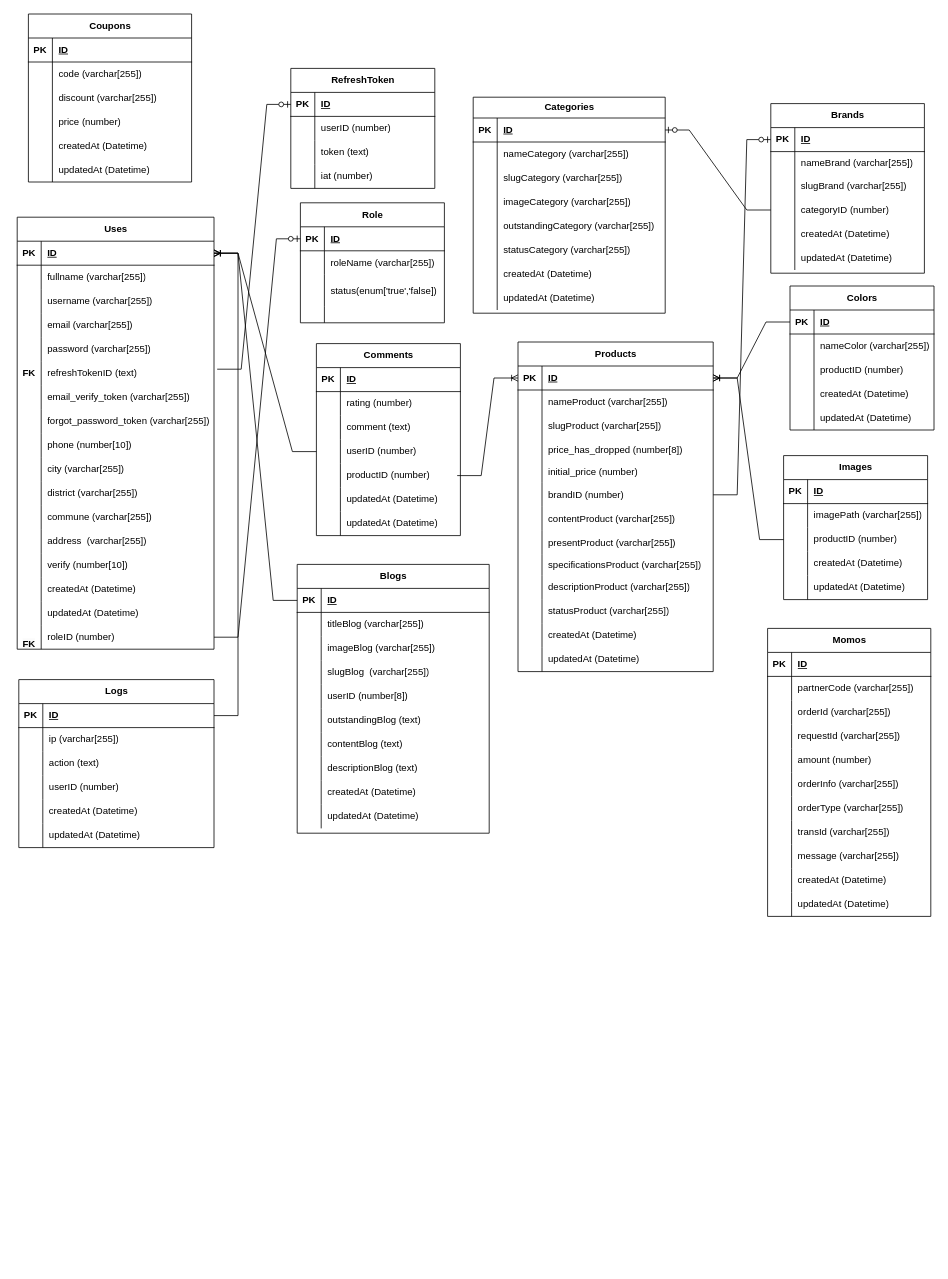
This is src/doan.drawio from QuocHuy03/HoangHaPC, a draw.io file, before an edit. Source tidied: cells renumbered, new cells numbered last; positions are measured from the earlier drawing's top-left corner, leaving out a move shared by most shapes. Both pictures are drawn from the tidied source at 80%, with x=0, y=0 at pixel (17, 14).
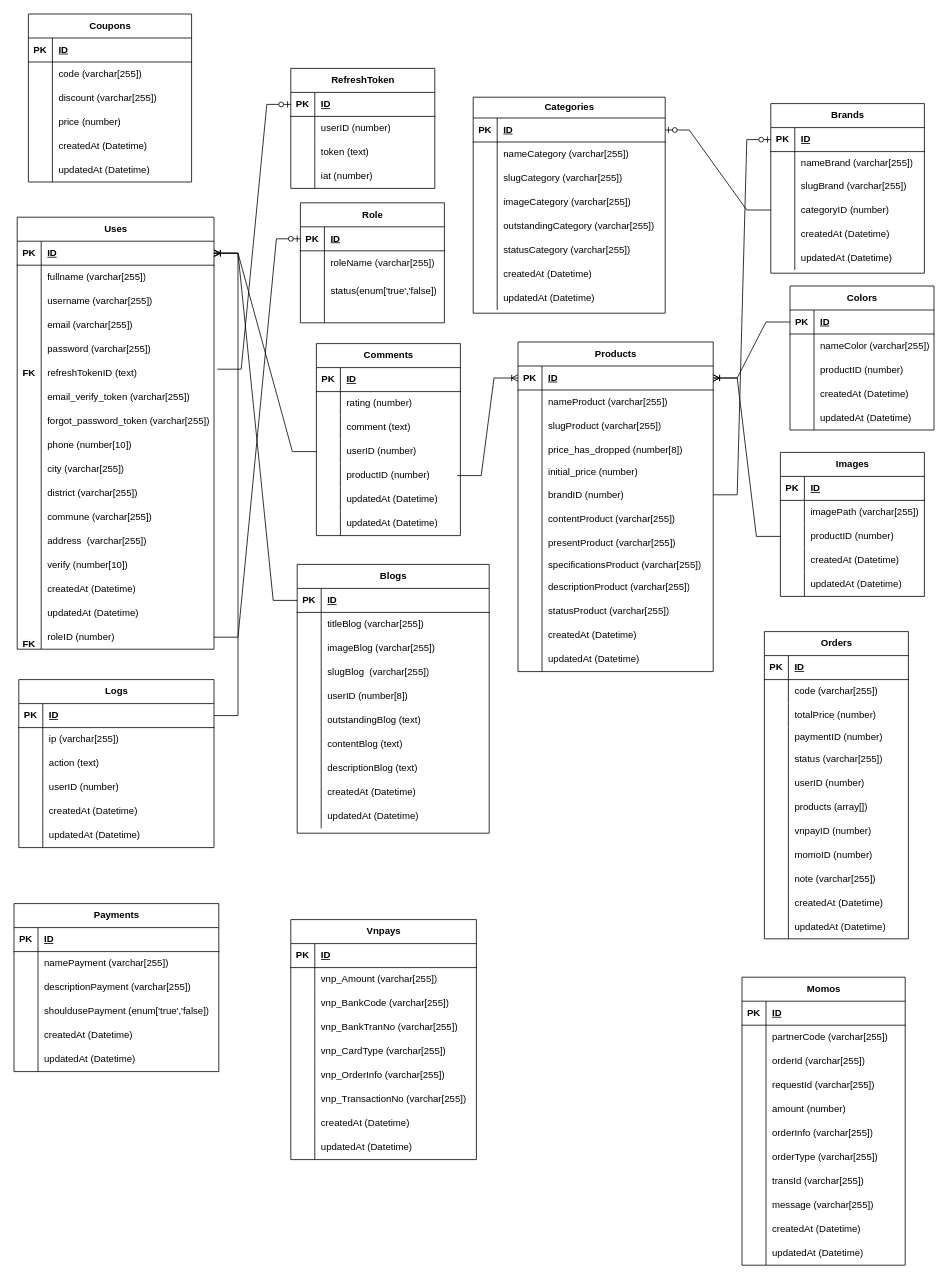
The same diagram, later.

Commit message (it also covers changes not shown here):
Cập nhật doan.drawio

Diff of the diagram source:
```diff
@@
     <mxCell id="168" value="Images" style="shape=table;startSize=30;childLayout=tableLayout;rowLines=0;fontStyle=1;align=center;html=1;" parent="1" vertex="1">
-      <mxGeometry x="958" y="552" width="180" height="180" as="geometry" />
+      <mxGeometry x="954" y="548" width="180" height="180" as="geometry" />
     </mxCell>
@@
     <mxCell id="297" value="Momos" style="shape=table;startSize=30;childLayout=tableLayout;rowLines=0;fontStyle=1;align=center;html=1;" parent="1" vertex="1">
-      <mxGeometry x="938" y="768" width="204" height="360" as="geometry" />
+      <mxGeometry x="906" y="1204" width="204" height="360" as="geometry" />
     </mxCell>
@@
+    <mxCell id="331" value="Vnpays" style="shape=table;startSize=30;childLayout=tableLayout;rowLines=0;fontStyle=1;align=center;html=1;" parent="1" vertex="1">
+      <mxGeometry x="342" y="1132" width="232" height="300" as="geometry" />
+    </mxCell>
+    <mxCell id="332" style="shape=tableRow;horizontal=0;startSize=0;swimlaneHead=0;swimlaneBody=0;fillColor=none;top=0;left=0;right=0;bottom=1;" parent="331" vertex="1">
+      <mxGeometry y="30" width="232" height="30" as="geometry" />
+    </mxCell>
+    <mxCell id="333" value="PK" style="shape=partialRectangle;fillColor=none;top=0;left=0;bottom=0;right=0;fontStyle=1;overflow=hidden;whiteSpace=wrap;html=1;" parent="332" vertex="1">
+      <mxGeometry width="30" height="30" as="geometry" />
+    </mxCell>
+    <mxCell id="334" value="ID" style="shape=partialRectangle;fillColor=none;top=0;left=0;bottom=0;right=0;align=left;spacingLeft=6;fontStyle=5;overflow=hidden;whiteSpace=wrap;html=1;" parent="332" vertex="1">
+      <mxGeometry x="30" width="202" height="30" as="geometry" />
+    </mxCell>
+    <mxCell id="335" style="shape=tableRow;horizontal=0;startSize=0;swimlaneHead=0;swimlaneBody=0;fillColor=none;top=0;left=0;right=0;bottom=0;" parent="331" vertex="1">
+      <mxGeometry y="60" width="232" height="30" as="geometry" />
+    </mxCell>
+    <mxCell id="336" style="shape=partialRectangle;fillColor=none;top=0;left=0;bottom=0;right=0;overflow=hidden;whiteSpace=wrap;html=1;" parent="335" vertex="1">
+      <mxGeometry width="30" height="30" as="geometry" />
+    </mxCell>
+    <mxCell id="337" value="vnp_Amount (varchar[255])" style="shape=partialRectangle;fillColor=none;top=0;left=0;bottom=0;right=0;align=left;spacingLeft=6;overflow=hidden;whiteSpace=wrap;html=1;" parent="335" vertex="1">
+      <mxGeometry x="30" width="202" height="30" as="geometry" />
+    </mxCell>
+    <mxCell id="338" style="shape=tableRow;horizontal=0;startSize=0;swimlaneHead=0;swimlaneBody=0;fillColor=none;top=0;left=0;right=0;bottom=0;" parent="331" vertex="1">
+      <mxGeometry y="90" width="232" height="30" as="geometry" />
+    </mxCell>
+    <mxCell id="339" style="shape=partialRectangle;fillColor=none;top=0;left=0;bottom=0;right=0;overflow=hidden;whiteSpace=wrap;html=1;" parent="338" vertex="1">
+      <mxGeometry width="30" height="30" as="geometry" />
+    </mxCell>
+    <mxCell id="340" value="vnp_BankCode (varchar[255])" style="shape=partialRectangle;fillColor=none;top=0;left=0;bottom=0;right=0;align=left;spacingLeft=6;overflow=hidden;whiteSpace=wrap;html=1;" parent="338" vertex="1">
+      <mxGeometry x="30" width="202" height="30" as="geometry" />
+    </mxCell>
+    <mxCell id="341" style="shape=tableRow;horizontal=0;startSize=0;swimlaneHead=0;swimlaneBody=0;fillColor=none;top=0;left=0;right=0;bottom=0;" parent="331" vertex="1">
+      <mxGeometry y="120" width="232" height="30" as="geometry" />
+    </mxCell>
+    <mxCell id="342" style="shape=partialRectangle;fillColor=none;top=0;left=0;bottom=0;right=0;overflow=hidden;whiteSpace=wrap;html=1;" parent="341" vertex="1">
+      <mxGeometry width="30" height="30" as="geometry" />
+    </mxCell>
+    <mxCell id="343" value="vnp_BankTranNo (varchar[255])" style="shape=partialRectangle;fillColor=none;top=0;left=0;bottom=0;right=0;align=left;spacingLeft=6;overflow=hidden;whiteSpace=wrap;html=1;" parent="341" vertex="1">
+      <mxGeometry x="30" width="202" height="30" as="geometry" />
+    </mxCell>
+    <mxCell id="344" style="shape=tableRow;horizontal=0;startSize=0;swimlaneHead=0;swimlaneBody=0;fillColor=none;top=0;left=0;right=0;bottom=0;" parent="331" vertex="1">
+      <mxGeometry y="150" width="232" height="30" as="geometry" />
+    </mxCell>
+    <mxCell id="345" style="shape=partialRectangle;fillColor=none;top=0;left=0;bottom=0;right=0;overflow=hidden;whiteSpace=wrap;html=1;" parent="344" vertex="1">
+      <mxGeometry width="30" height="30" as="geometry" />
+    </mxCell>
+    <mxCell id="346" value="vnp_CardType (varchar[255])" style="shape=partialRectangle;fillColor=none;top=0;left=0;bottom=0;right=0;align=left;spacingLeft=6;overflow=hidden;whiteSpace=wrap;html=1;" parent="344" vertex="1">
+      <mxGeometry x="30" width="202" height="30" as="geometry" />
+    </mxCell>
+    <mxCell id="347" style="shape=tableRow;horizontal=0;startSize=0;swimlaneHead=0;swimlaneBody=0;fillColor=none;top=0;left=0;right=0;bottom=0;" parent="331" vertex="1">
+      <mxGeometry y="180" width="232" height="30" as="geometry" />
+    </mxCell>
+    <mxCell id="348" style="shape=partialRectangle;fillColor=none;top=0;left=0;bottom=0;right=0;overflow=hidden;whiteSpace=wrap;html=1;" parent="347" vertex="1">
+      <mxGeometry width="30" height="30" as="geometry" />
+    </mxCell>
+    <mxCell id="349" value="vnp_OrderInfo (varchar[255])" style="shape=partialRectangle;fillColor=none;top=0;left=0;bottom=0;right=0;align=left;spacingLeft=6;overflow=hidden;whiteSpace=wrap;html=1;" parent="347" vertex="1">
+      <mxGeometry x="30" width="202" height="30" as="geometry" />
+    </mxCell>
+    <mxCell id="350" style="shape=tableRow;horizontal=0;startSize=0;swimlaneHead=0;swimlaneBody=0;fillColor=none;top=0;left=0;right=0;bottom=0;" parent="331" vertex="1">
+      <mxGeometry y="210" width="232" height="30" as="geometry" />
+    </mxCell>
+    <mxCell id="351" style="shape=partialRectangle;fillColor=none;top=0;left=0;bottom=0;right=0;overflow=hidden;whiteSpace=wrap;html=1;" parent="350" vertex="1">
+      <mxGeometry width="30" height="30" as="geometry" />
+    </mxCell>
+    <mxCell id="352" value="vnp_TransactionNo (varchar[255])" style="shape=partialRectangle;fillColor=none;top=0;left=0;bottom=0;right=0;align=left;spacingLeft=6;overflow=hidden;whiteSpace=wrap;html=1;" parent="350" vertex="1">
+      <mxGeometry x="30" width="202" height="30" as="geometry" />
+    </mxCell>
+    <mxCell id="353" style="shape=tableRow;horizontal=0;startSize=0;swimlaneHead=0;swimlaneBody=0;fillColor=none;top=0;left=0;right=0;bottom=0;" parent="331" vertex="1">
+      <mxGeometry y="240" width="232" height="30" as="geometry" />
+    </mxCell>
+    <mxCell id="354" style="shape=partialRectangle;fillColor=none;top=0;left=0;bottom=0;right=0;overflow=hidden;whiteSpace=wrap;html=1;" parent="353" vertex="1">
+      <mxGeometry width="30" height="30" as="geometry" />
+    </mxCell>
+    <mxCell id="355" value="createdAt (Datetime)" style="shape=partialRectangle;fillColor=none;top=0;left=0;bottom=0;right=0;align=left;spacingLeft=6;overflow=hidden;whiteSpace=wrap;html=1;" parent="353" vertex="1">
+      <mxGeometry x="30" width="202" height="30" as="geometry" />
+    </mxCell>
+    <mxCell id="356" style="shape=tableRow;horizontal=0;startSize=0;swimlaneHead=0;swimlaneBody=0;fillColor=none;top=0;left=0;right=0;bottom=0;" parent="331" vertex="1">
+      <mxGeometry y="270" width="232" height="30" as="geometry" />
+    </mxCell>
+    <mxCell id="357" style="shape=partialRectangle;fillColor=none;top=0;left=0;bottom=0;right=0;overflow=hidden;whiteSpace=wrap;html=1;" parent="356" vertex="1">
+      <mxGeometry width="30" height="30" as="geometry" />
+    </mxCell>
+    <mxCell id="358" value="updatedAt (Datetime)" style="shape=partialRectangle;fillColor=none;top=0;left=0;bottom=0;right=0;align=left;spacingLeft=6;overflow=hidden;whiteSpace=wrap;html=1;" parent="356" vertex="1">
+      <mxGeometry x="30" width="202" height="30" as="geometry" />
+    </mxCell>
+    <mxCell id="359" value="Payments" style="shape=table;startSize=30;childLayout=tableLayout;rowLines=0;fontStyle=1;align=center;html=1;" parent="1" vertex="1">
+      <mxGeometry x="-4" y="1112" width="256" height="210" as="geometry" />
+    </mxCell>
+    <mxCell id="360" style="shape=tableRow;horizontal=0;startSize=0;swimlaneHead=0;swimlaneBody=0;fillColor=none;top=0;left=0;right=0;bottom=1;" parent="359" vertex="1">
+      <mxGeometry y="30" width="256" height="30" as="geometry" />
+    </mxCell>
+    <mxCell id="361" value="PK" style="shape=partialRectangle;fillColor=none;top=0;left=0;bottom=0;right=0;fontStyle=1;overflow=hidden;whiteSpace=wrap;html=1;" parent="360" vertex="1">
+      <mxGeometry width="30" height="30" as="geometry" />
+    </mxCell>
+    <mxCell id="362" value="ID" style="shape=partialRectangle;fillColor=none;top=0;left=0;bottom=0;right=0;align=left;spacingLeft=6;fontStyle=5;overflow=hidden;whiteSpace=wrap;html=1;" parent="360" vertex="1">
+      <mxGeometry x="30" width="226" height="30" as="geometry" />
+    </mxCell>
+    <mxCell id="363" style="shape=tableRow;horizontal=0;startSize=0;swimlaneHead=0;swimlaneBody=0;fillColor=none;top=0;left=0;right=0;bottom=0;" parent="359" vertex="1">
+      <mxGeometry y="60" width="256" height="30" as="geometry" />
+    </mxCell>
+    <mxCell id="364" style="shape=partialRectangle;fillColor=none;top=0;left=0;bottom=0;right=0;overflow=hidden;whiteSpace=wrap;html=1;" parent="363" vertex="1">
+      <mxGeometry width="30" height="30" as="geometry" />
+    </mxCell>
+    <mxCell id="365" value="namePayment (varchar[255])" style="shape=partialRectangle;fillColor=none;top=0;left=0;bottom=0;right=0;align=left;spacingLeft=6;overflow=hidden;whiteSpace=wrap;html=1;" parent="363" vertex="1">
+      <mxGeometry x="30" width="226" height="30" as="geometry" />
+    </mxCell>
+    <mxCell id="366" style="shape=tableRow;horizontal=0;startSize=0;swimlaneHead=0;swimlaneBody=0;fillColor=none;top=0;left=0;right=0;bottom=0;" parent="359" vertex="1">
+      <mxGeometry y="90" width="256" height="30" as="geometry" />
+    </mxCell>
+    <mxCell id="367" style="shape=partialRectangle;fillColor=none;top=0;left=0;bottom=0;right=0;overflow=hidden;whiteSpace=wrap;html=1;" parent="366" vertex="1">
+      <mxGeometry width="30" height="30" as="geometry" />
+    </mxCell>
+    <mxCell id="368" value="descriptionPayment (varchar[255])" style="shape=partialRectangle;fillColor=none;top=0;left=0;bottom=0;right=0;align=left;spacingLeft=6;overflow=hidden;whiteSpace=wrap;html=1;" parent="366" vertex="1">
+      <mxGeometry x="30" width="226" height="30" as="geometry" />
+    </mxCell>
+    <mxCell id="369" style="shape=tableRow;horizontal=0;startSize=0;swimlaneHead=0;swimlaneBody=0;fillColor=none;top=0;left=0;right=0;bottom=0;" parent="359" vertex="1">
+      <mxGeometry y="120" width="256" height="30" as="geometry" />
+    </mxCell>
+    <mxCell id="370" style="shape=partialRectangle;fillColor=none;top=0;left=0;bottom=0;right=0;overflow=hidden;whiteSpace=wrap;html=1;" parent="369" vertex="1">
+      <mxGeometry width="30" height="30" as="geometry" />
+    </mxCell>
+    <mxCell id="371" value="shouldusePayment (enum['true','false])" style="shape=partialRectangle;fillColor=none;top=0;left=0;bottom=0;right=0;align=left;spacingLeft=6;overflow=hidden;whiteSpace=wrap;html=1;" parent="369" vertex="1">
+      <mxGeometry x="30" width="226" height="30" as="geometry" />
+    </mxCell>
+    <mxCell id="372" style="shape=tableRow;horizontal=0;startSize=0;swimlaneHead=0;swimlaneBody=0;fillColor=none;top=0;left=0;right=0;bottom=0;" parent="359" vertex="1">
+      <mxGeometry y="150" width="256" height="30" as="geometry" />
+    </mxCell>
+    <mxCell id="373" style="shape=partialRectangle;fillColor=none;top=0;left=0;bottom=0;right=0;overflow=hidden;whiteSpace=wrap;html=1;" parent="372" vertex="1">
+      <mxGeometry width="30" height="30" as="geometry" />
+    </mxCell>
+    <mxCell id="374" value="createdAt (Datetime)" style="shape=partialRectangle;fillColor=none;top=0;left=0;bottom=0;right=0;align=left;spacingLeft=6;overflow=hidden;whiteSpace=wrap;html=1;" parent="372" vertex="1">
+      <mxGeometry x="30" width="226" height="30" as="geometry" />
+    </mxCell>
+    <mxCell id="375" style="shape=tableRow;horizontal=0;startSize=0;swimlaneHead=0;swimlaneBody=0;fillColor=none;top=0;left=0;right=0;bottom=0;" parent="359" vertex="1">
+      <mxGeometry y="180" width="256" height="30" as="geometry" />
+    </mxCell>
+    <mxCell id="376" style="shape=partialRectangle;fillColor=none;top=0;left=0;bottom=0;right=0;overflow=hidden;whiteSpace=wrap;html=1;" parent="375" vertex="1">
+      <mxGeometry width="30" height="30" as="geometry" />
+    </mxCell>
+    <mxCell id="377" value="updatedAt (Datetime)" style="shape=partialRectangle;fillColor=none;top=0;left=0;bottom=0;right=0;align=left;spacingLeft=6;overflow=hidden;whiteSpace=wrap;html=1;" parent="375" vertex="1">
+      <mxGeometry x="30" width="226" height="30" as="geometry" />
+    </mxCell>
+    <mxCell id="378" value="Orders" style="shape=table;startSize=30;childLayout=tableLayout;rowLines=0;fontStyle=1;align=center;html=1;" parent="1" vertex="1">
+      <mxGeometry x="934" y="772" width="180" height="384" as="geometry" />
+    </mxCell>
+    <mxCell id="379" style="shape=tableRow;horizontal=0;startSize=0;swimlaneHead=0;swimlaneBody=0;fillColor=none;top=0;left=0;right=0;bottom=1;" parent="378" vertex="1">
+      <mxGeometry y="30" width="180" height="30" as="geometry" />
+    </mxCell>
+    <mxCell id="380" value="PK" style="shape=partialRectangle;fillColor=none;top=0;left=0;bottom=0;right=0;fontStyle=1;overflow=hidden;whiteSpace=wrap;html=1;" parent="379" vertex="1">
+      <mxGeometry width="30" height="30" as="geometry" />
+    </mxCell>
+    <mxCell id="381" value="ID" style="shape=partialRectangle;fillColor=none;top=0;left=0;bottom=0;right=0;align=left;spacingLeft=6;fontStyle=5;overflow=hidden;whiteSpace=wrap;html=1;" parent="379" vertex="1">
+      <mxGeometry x="30" width="150" height="30" as="geometry" />
+    </mxCell>
+    <mxCell id="382" style="shape=tableRow;horizontal=0;startSize=0;swimlaneHead=0;swimlaneBody=0;fillColor=none;top=0;left=0;right=0;bottom=0;" parent="378" vertex="1">
+      <mxGeometry y="60" width="180" height="30" as="geometry" />
+    </mxCell>
+    <mxCell id="383" style="shape=partialRectangle;fillColor=none;top=0;left=0;bottom=0;right=0;overflow=hidden;whiteSpace=wrap;html=1;" parent="382" vertex="1">
+      <mxGeometry width="30" height="30" as="geometry" />
+    </mxCell>
+    <mxCell id="384" value="code (varchar[255])" style="shape=partialRectangle;fillColor=none;top=0;left=0;bottom=0;right=0;align=left;spacingLeft=6;overflow=hidden;whiteSpace=wrap;html=1;" parent="382" vertex="1">
+      <mxGeometry x="30" width="150" height="30" as="geometry" />
+    </mxCell>
+    <mxCell id="385" style="shape=tableRow;horizontal=0;startSize=0;swimlaneHead=0;swimlaneBody=0;fillColor=none;top=0;left=0;right=0;bottom=0;" parent="378" vertex="1">
+      <mxGeometry y="90" width="180" height="30" as="geometry" />
+    </mxCell>
+    <mxCell id="386" style="shape=partialRectangle;fillColor=none;top=0;left=0;bottom=0;right=0;overflow=hidden;whiteSpace=wrap;html=1;" parent="385" vertex="1">
+      <mxGeometry width="30" height="30" as="geometry" />
+    </mxCell>
+    <mxCell id="387" value="totalPrice&amp;nbsp;̣(number)" style="shape=partialRectangle;fillColor=none;top=0;left=0;bottom=0;right=0;align=left;spacingLeft=6;overflow=hidden;whiteSpace=wrap;html=1;" parent="385" vertex="1">
+      <mxGeometry x="30" width="150" height="30" as="geometry" />
+    </mxCell>
+    <mxCell id="388" style="shape=tableRow;horizontal=0;startSize=0;swimlaneHead=0;swimlaneBody=0;fillColor=none;top=0;left=0;right=0;bottom=0;" parent="378" vertex="1">
+      <mxGeometry y="120" width="180" height="24" as="geometry" />
+    </mxCell>
+    <mxCell id="389" style="shape=partialRectangle;fillColor=none;top=0;left=0;bottom=0;right=0;overflow=hidden;whiteSpace=wrap;html=1;" parent="388" vertex="1">
+      <mxGeometry width="30" height="24" as="geometry" />
+    </mxCell>
+    <mxCell id="390" value="paymentID (number)" style="shape=partialRectangle;fillColor=none;top=0;left=0;bottom=0;right=0;align=left;spacingLeft=6;overflow=hidden;whiteSpace=wrap;html=1;" parent="388" vertex="1">
+      <mxGeometry x="30" width="150" height="24" as="geometry" />
+    </mxCell>
+    <mxCell id="391" style="shape=tableRow;horizontal=0;startSize=0;swimlaneHead=0;swimlaneBody=0;fillColor=none;top=0;left=0;right=0;bottom=0;" parent="378" vertex="1">
+      <mxGeometry y="144" width="180" height="30" as="geometry" />
+    </mxCell>
+    <mxCell id="392" style="shape=partialRectangle;fillColor=none;top=0;left=0;bottom=0;right=0;overflow=hidden;whiteSpace=wrap;html=1;" parent="391" vertex="1">
+      <mxGeometry width="30" height="30" as="geometry" />
+    </mxCell>
+    <mxCell id="393" value="status (varchar[255])" style="shape=partialRectangle;fillColor=none;top=0;left=0;bottom=0;right=0;align=left;spacingLeft=6;overflow=hidden;whiteSpace=wrap;html=1;" parent="391" vertex="1">
+      <mxGeometry x="30" width="150" height="30" as="geometry" />
+    </mxCell>
+    <mxCell id="394" style="shape=tableRow;horizontal=0;startSize=0;swimlaneHead=0;swimlaneBody=0;fillColor=none;top=0;left=0;right=0;bottom=0;" parent="378" vertex="1">
+      <mxGeometry y="174" width="180" height="30" as="geometry" />
+    </mxCell>
+    <mxCell id="395" style="shape=partialRectangle;fillColor=none;top=0;left=0;bottom=0;right=0;overflow=hidden;whiteSpace=wrap;html=1;" parent="394" vertex="1">
+      <mxGeometry width="30" height="30" as="geometry" />
+    </mxCell>
+    <mxCell id="396" value="userID (number)" style="shape=partialRectangle;fillColor=none;top=0;left=0;bottom=0;right=0;align=left;spacingLeft=6;overflow=hidden;whiteSpace=wrap;html=1;" parent="394" vertex="1">
+      <mxGeometry x="30" width="150" height="30" as="geometry" />
+    </mxCell>
+    <mxCell id="397" style="shape=tableRow;horizontal=0;startSize=0;swimlaneHead=0;swimlaneBody=0;fillColor=none;top=0;left=0;right=0;bottom=0;" parent="378" vertex="1">
+      <mxGeometry y="204" width="180" height="30" as="geometry" />
+    </mxCell>
+    <mxCell id="398" style="shape=partialRectangle;fillColor=none;top=0;left=0;bottom=0;right=0;overflow=hidden;whiteSpace=wrap;html=1;" parent="397" vertex="1">
+      <mxGeometry width="30" height="30" as="geometry" />
+    </mxCell>
+    <mxCell id="399" value="products (array[])" style="shape=partialRectangle;fillColor=none;top=0;left=0;bottom=0;right=0;align=left;spacingLeft=6;overflow=hidden;whiteSpace=wrap;html=1;" parent="397" vertex="1">
+      <mxGeometry x="30" width="150" height="30" as="geometry" />
+    </mxCell>
+    <mxCell id="400" style="shape=tableRow;horizontal=0;startSize=0;swimlaneHead=0;swimlaneBody=0;fillColor=none;top=0;left=0;right=0;bottom=0;" parent="378" vertex="1">
+      <mxGeometry y="234" width="180" height="30" as="geometry" />
+    </mxCell>
+    <mxCell id="401" style="shape=partialRectangle;fillColor=none;top=0;left=0;bottom=0;right=0;overflow=hidden;whiteSpace=wrap;html=1;" parent="400" vertex="1">
+      <mxGeometry width="30" height="30" as="geometry" />
+    </mxCell>
+    <mxCell id="402" value="vnpayID (number)" style="shape=partialRectangle;fillColor=none;top=0;left=0;bottom=0;right=0;align=left;spacingLeft=6;overflow=hidden;whiteSpace=wrap;html=1;" parent="400" vertex="1">
+      <mxGeometry x="30" width="150" height="30" as="geometry" />
+    </mxCell>
+    <mxCell id="403" style="shape=tableRow;horizontal=0;startSize=0;swimlaneHead=0;swimlaneBody=0;fillColor=none;top=0;left=0;right=0;bottom=0;" parent="378" vertex="1">
+      <mxGeometry y="264" width="180" height="30" as="geometry" />
+    </mxCell>
+    <mxCell id="404" style="shape=partialRectangle;fillColor=none;top=0;left=0;bottom=0;right=0;overflow=hidden;whiteSpace=wrap;html=1;" parent="403" vertex="1">
+      <mxGeometry width="30" height="30" as="geometry" />
+    </mxCell>
+    <mxCell id="405" value="momoID (number)" style="shape=partialRectangle;fillColor=none;top=0;left=0;bottom=0;right=0;align=left;spacingLeft=6;overflow=hidden;whiteSpace=wrap;html=1;" parent="403" vertex="1">
+      <mxGeometry x="30" width="150" height="30" as="geometry" />
+    </mxCell>
+    <mxCell id="406" style="shape=tableRow;horizontal=0;startSize=0;swimlaneHead=0;swimlaneBody=0;fillColor=none;top=0;left=0;right=0;bottom=0;" parent="378" vertex="1">
+      <mxGeometry y="294" width="180" height="30" as="geometry" />
+    </mxCell>
+    <mxCell id="407" style="shape=partialRectangle;fillColor=none;top=0;left=0;bottom=0;right=0;overflow=hidden;whiteSpace=wrap;html=1;" parent="406" vertex="1">
+      <mxGeometry width="30" height="30" as="geometry" />
+    </mxCell>
+    <mxCell id="408" value="note (varchar[255])" style="shape=partialRectangle;fillColor=none;top=0;left=0;bottom=0;right=0;align=left;spacingLeft=6;overflow=hidden;whiteSpace=wrap;html=1;" parent="406" vertex="1">
+      <mxGeometry x="30" width="150" height="30" as="geometry" />
+    </mxCell>
+    <mxCell id="409" style="shape=tableRow;horizontal=0;startSize=0;swimlaneHead=0;swimlaneBody=0;fillColor=none;top=0;left=0;right=0;bottom=0;" parent="378" vertex="1">
+      <mxGeometry y="324" width="180" height="30" as="geometry" />
+    </mxCell>
+    <mxCell id="410" style="shape=partialRectangle;fillColor=none;top=0;left=0;bottom=0;right=0;overflow=hidden;whiteSpace=wrap;html=1;" parent="409" vertex="1">
+      <mxGeometry width="30" height="30" as="geometry" />
+    </mxCell>
+    <mxCell id="411" value="createdAt (Datetime)" style="shape=partialRectangle;fillColor=none;top=0;left=0;bottom=0;right=0;align=left;spacingLeft=6;overflow=hidden;whiteSpace=wrap;html=1;" parent="409" vertex="1">
+      <mxGeometry x="30" width="150" height="30" as="geometry" />
+    </mxCell>
+    <mxCell id="412" style="shape=tableRow;horizontal=0;startSize=0;swimlaneHead=0;swimlaneBody=0;fillColor=none;top=0;left=0;right=0;bottom=0;" parent="378" vertex="1">
+      <mxGeometry y="354" width="180" height="30" as="geometry" />
+    </mxCell>
+    <mxCell id="413" style="shape=partialRectangle;fillColor=none;top=0;left=0;bottom=0;right=0;overflow=hidden;whiteSpace=wrap;html=1;" parent="412" vertex="1">
+      <mxGeometry width="30" height="30" as="geometry" />
+    </mxCell>
+    <mxCell id="414" value="updatedAt (Datetime)" style="shape=partialRectangle;fillColor=none;top=0;left=0;bottom=0;right=0;align=left;spacingLeft=6;overflow=hidden;whiteSpace=wrap;html=1;" parent="412" vertex="1">
+      <mxGeometry x="30" width="150" height="30" as="geometry" />
+    </mxCell>
```
